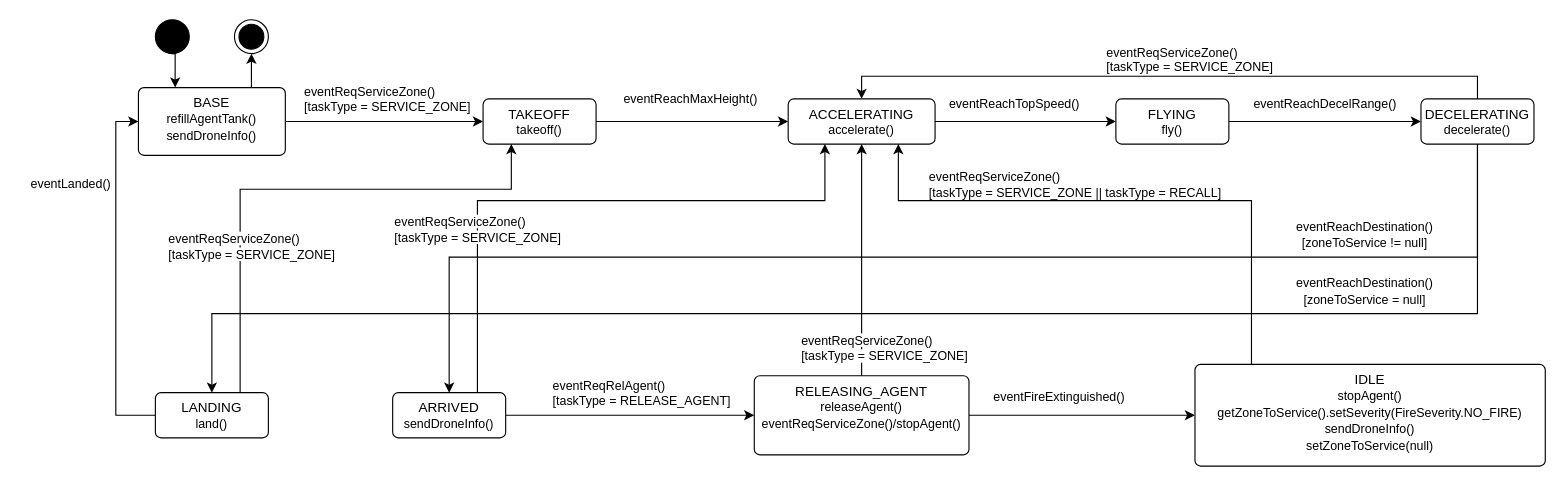
Above: docs/UML_State_Diagram_Drone.drawio in hubertdang/fire-drone-swarm (draw.io), before the change. Source tidied: cells renumbered, new cells numbered last; positions are measured from the earlier drawing's top-left corner, leaving out a move shared by most shapes. Both pictures are drawn from the tidied source at 113%, with x=0, y=0 at pixel (19, 19).
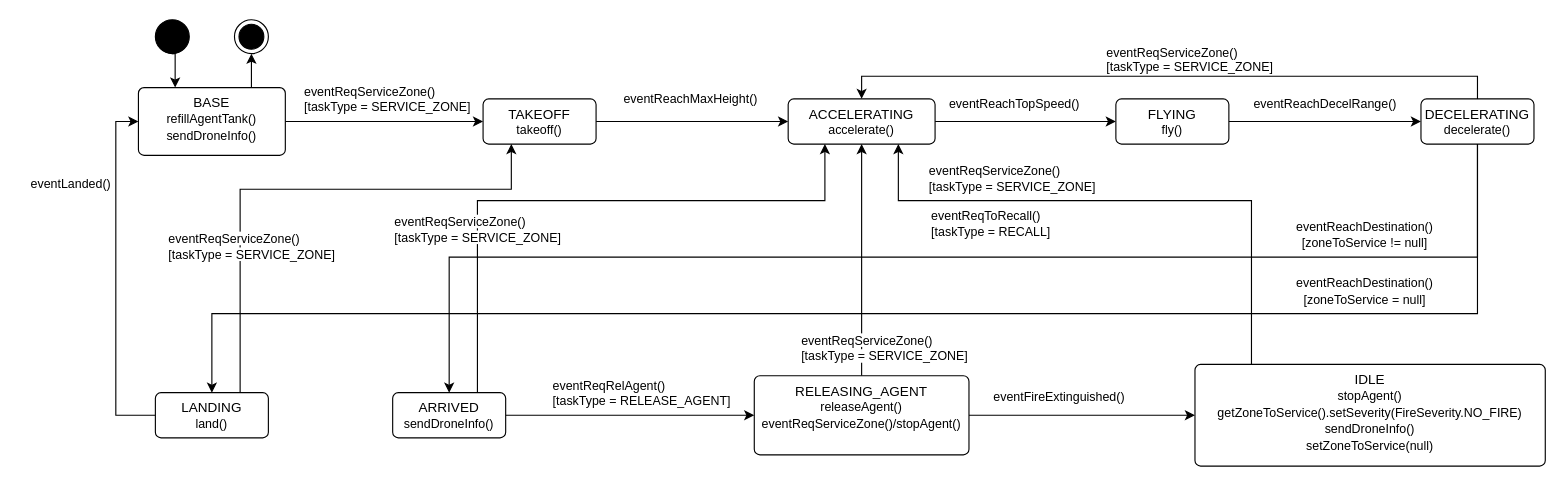
Above is the later version.

What changed in the source:
```diff
@@
-    <mxCell id="39" value="&lt;span style=&quot;color: rgb(0, 0, 0); font-family: Helvetica; font-size: 11px; font-style: normal; font-variant-ligatures: normal; font-variant-caps: normal; font-weight: 400; letter-spacing: normal; orphans: 2; text-align: center; text-indent: 0px; text-transform: none; widows: 2; word-spacing: 0px; -webkit-text-stroke-width: 0px; white-space: nowrap; background-color: rgb(255, 255, 255); text-decoration-thickness: initial; text-decoration-style: initial; text-decoration-color: initial; float: none; display: inline !important;&quot;&gt;eventReqServiceZone()&amp;nbsp;&lt;/span&gt;&lt;div&gt;&lt;span style=&quot;color: rgb(0, 0, 0); font-family: Helvetica; font-size: 11px; font-style: normal; font-variant-ligatures: normal; font-variant-caps: normal; font-weight: 400; letter-spacing: normal; orphans: 2; text-align: center; text-indent: 0px; text-transform: none; widows: 2; word-spacing: 0px; -webkit-text-stroke-width: 0px; white-space: nowrap; background-color: rgb(255, 255, 255); text-decoration-thickness: initial; text-decoration-style: initial; text-decoration-color: initial; float: none; display: inline !important;&quot;&gt;[taskType = SERVICE_ZONE || taskType = RECALL&lt;/span&gt;&lt;span style=&quot;background-color: light-dark(rgb(255, 255, 255), rgb(18, 18, 18)); color: light-dark(rgb(0, 0, 0), rgb(237, 237, 237)); font-size: 11px; text-align: center; text-wrap-mode: nowrap;&quot;&gt;]&lt;/span&gt;&lt;/div&gt;" style="text;whiteSpace=wrap;html=1;" parent="1" vertex="1">
-      <mxGeometry x="802.5" y="125" width="265" height="40" as="geometry" />
+    <mxCell id="39" value="&lt;span style=&quot;color: rgb(0, 0, 0); font-family: Helvetica; font-size: 11px; font-style: normal; font-variant-ligatures: normal; font-variant-caps: normal; font-weight: 400; letter-spacing: normal; orphans: 2; text-align: center; text-indent: 0px; text-transform: none; widows: 2; word-spacing: 0px; -webkit-text-stroke-width: 0px; white-space: nowrap; background-color: rgb(255, 255, 255); text-decoration-thickness: initial; text-decoration-style: initial; text-decoration-color: initial; float: none; display: inline !important;&quot;&gt;eventReqServiceZone()&amp;nbsp;&lt;/span&gt;&lt;div&gt;&lt;span style=&quot;color: rgb(0, 0, 0); font-family: Helvetica; font-size: 11px; font-style: normal; font-variant-ligatures: normal; font-variant-caps: normal; font-weight: 400; letter-spacing: normal; orphans: 2; text-align: center; text-indent: 0px; text-transform: none; widows: 2; word-spacing: 0px; -webkit-text-stroke-width: 0px; white-space: nowrap; background-color: rgb(255, 255, 255); text-decoration-thickness: initial; text-decoration-style: initial; text-decoration-color: initial; float: none; display: inline !important;&quot;&gt;[taskType = SERVICE_ZONE]&lt;/span&gt;&lt;/div&gt;" style="text;whiteSpace=wrap;html=1;" parent="1" vertex="1">
+      <mxGeometry x="802.5" y="120" width="265" height="40" as="geometry" />
     </mxCell>
@@
+    <mxCell id="43" value="&lt;div&gt;&lt;span style=&quot;color: rgb(0, 0, 0); font-family: Helvetica; font-size: 11px; font-style: normal; font-variant-ligatures: normal; font-variant-caps: normal; font-weight: 400; letter-spacing: normal; orphans: 2; text-align: center; text-indent: 0px; text-transform: none; widows: 2; word-spacing: 0px; -webkit-text-stroke-width: 0px; white-space: nowrap; background-color: rgb(255, 255, 255); text-decoration-thickness: initial; text-decoration-style: initial; text-decoration-color: initial; float: none; display: inline !important;&quot;&gt;eventReqToRecall()&lt;/span&gt;&lt;/div&gt;&lt;div&gt;&lt;span style=&quot;color: rgb(0, 0, 0); font-family: Helvetica; font-size: 11px; font-style: normal; font-variant-ligatures: normal; font-variant-caps: normal; font-weight: 400; letter-spacing: normal; orphans: 2; text-align: center; text-indent: 0px; text-transform: none; widows: 2; word-spacing: 0px; -webkit-text-stroke-width: 0px; white-space: nowrap; background-color: rgb(255, 255, 255); text-decoration-thickness: initial; text-decoration-style: initial; text-decoration-color: initial; float: none; display: inline !important;&quot;&gt;[taskType = RECALL]&lt;/span&gt;&lt;/div&gt;" style="text;whiteSpace=wrap;html=1;" parent="1" vertex="1">
+      <mxGeometry x="805" y="160" width="265" height="40" as="geometry" />
+    </mxCell>
```
